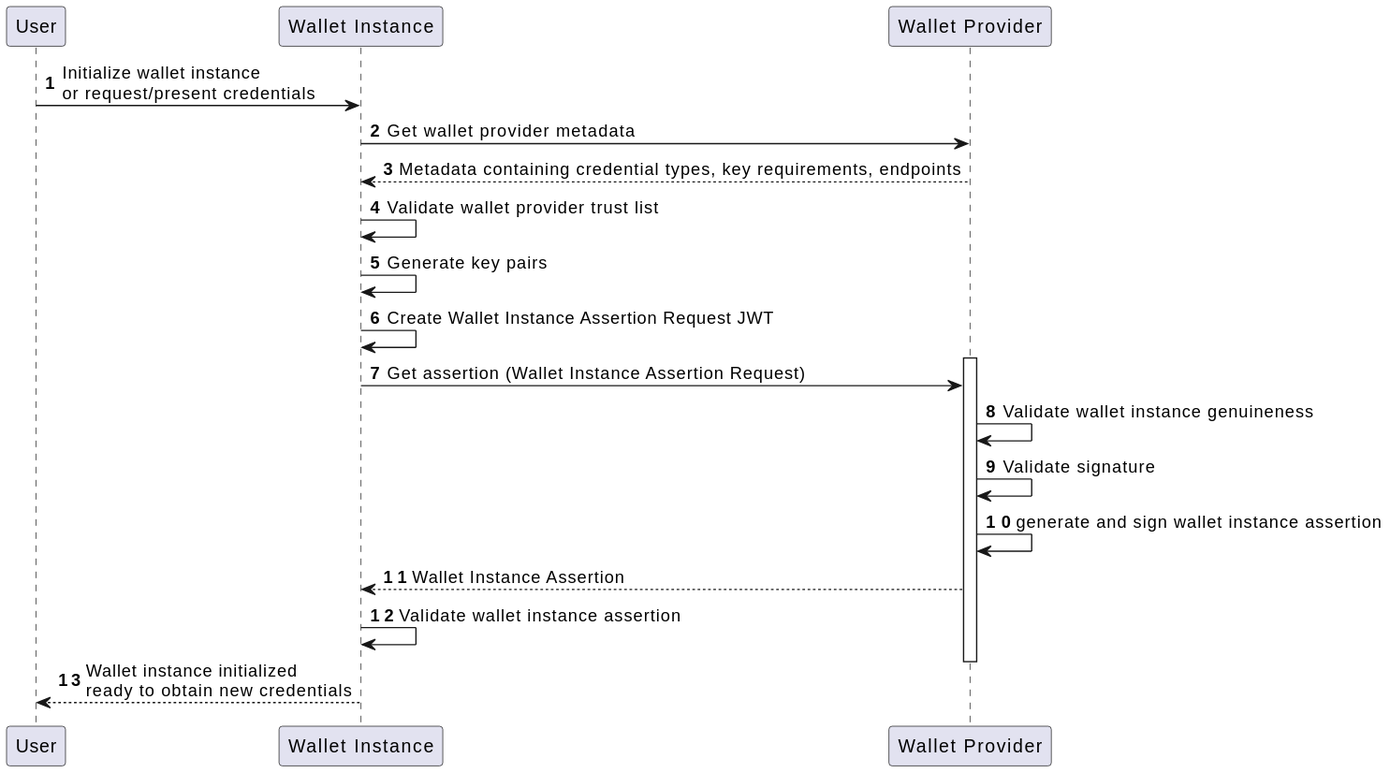
The PlantUML diagram images/dynamic_view_sequence_wallet_instance_attestation.svg in italia/eudi-wallet-it-docs, before a commit.
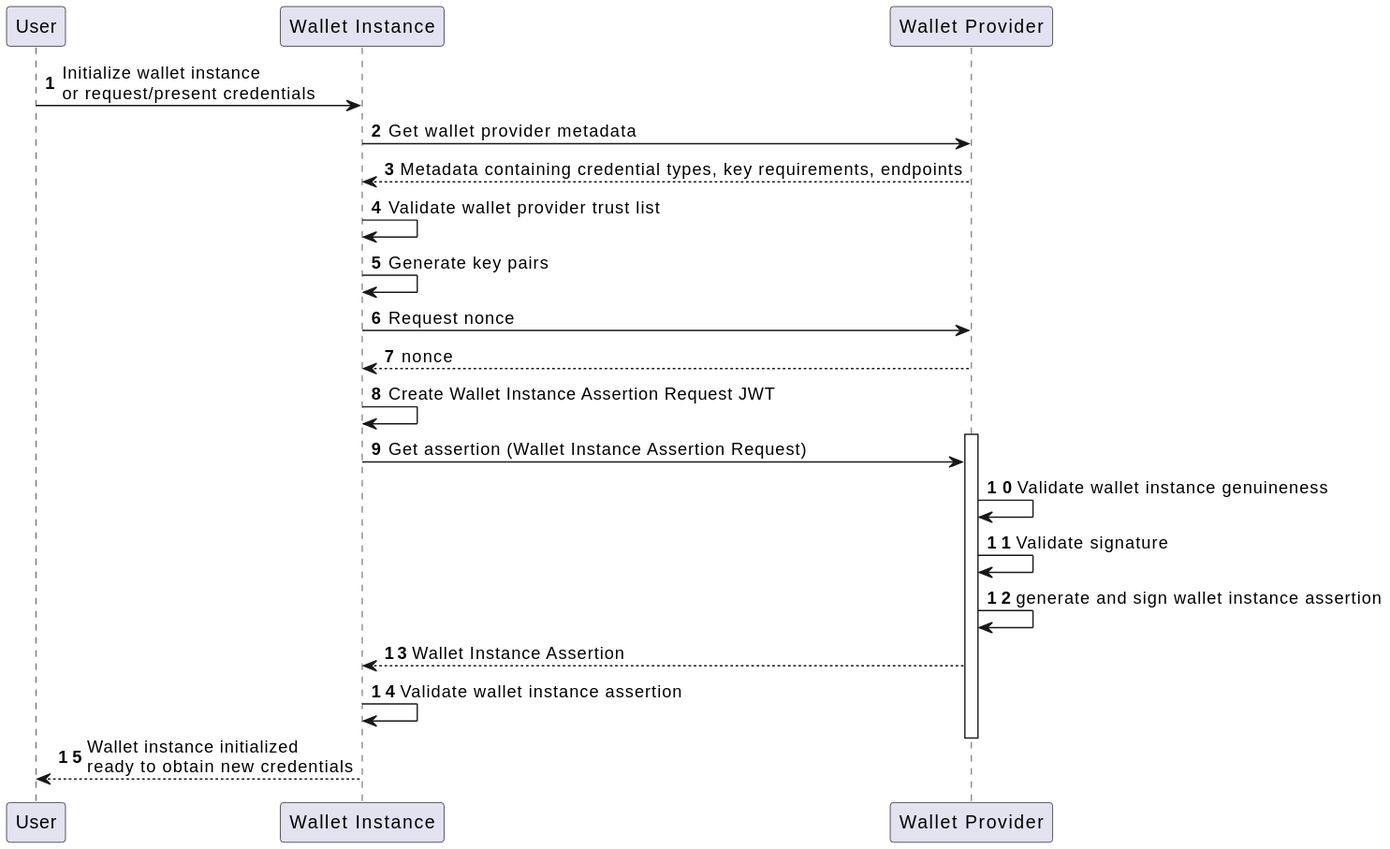
Above is the later version.

Commit message:
Rearrange section

Diff of the diagram source:
```diff
@@ -11,7 +11,8 @@
 wb-->wi: Metadata containing credential types, key requirements, endpoints
 wi->wi: Validate wallet provider trust list
 wi -> wi: Generate key pairs
-
+wi -> wb: Request nonce
+wb --> wi: nonce
 
 wi->wi: Create Wallet Instance Assertion Request JWT
 activate wb
```
